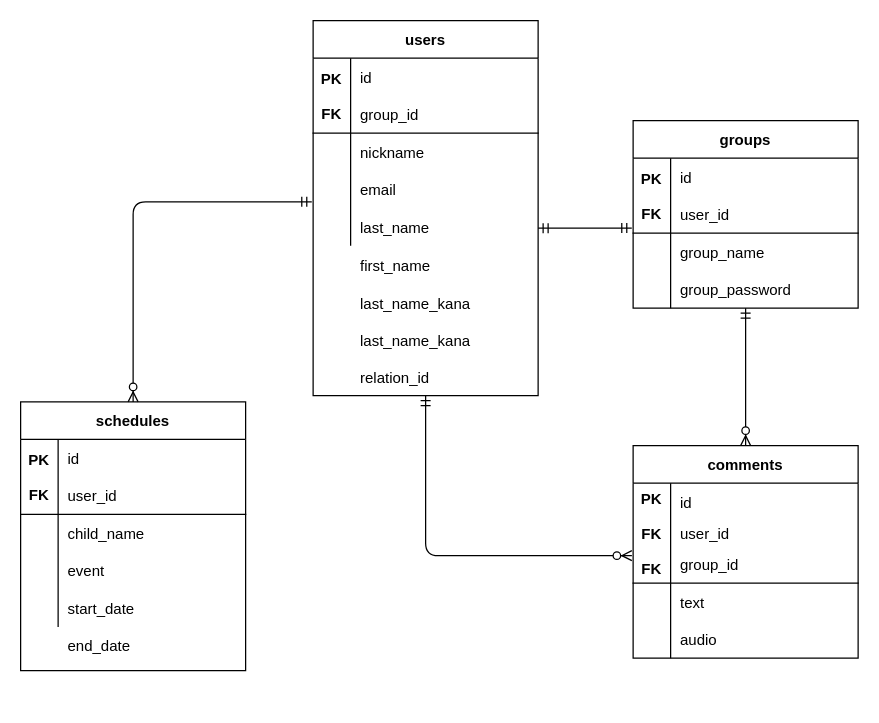
This is ER.dio from yama864/homee, a draw.io file, before an edit. Source tidied: cells renumbered, new cells numbered last; positions are measured from the earlier drawing's top-left corner, leaving out a move shared by most shapes. Both pictures are drawn from the tidied source at 125%, with x=0, y=0 at pixel (20, 20).
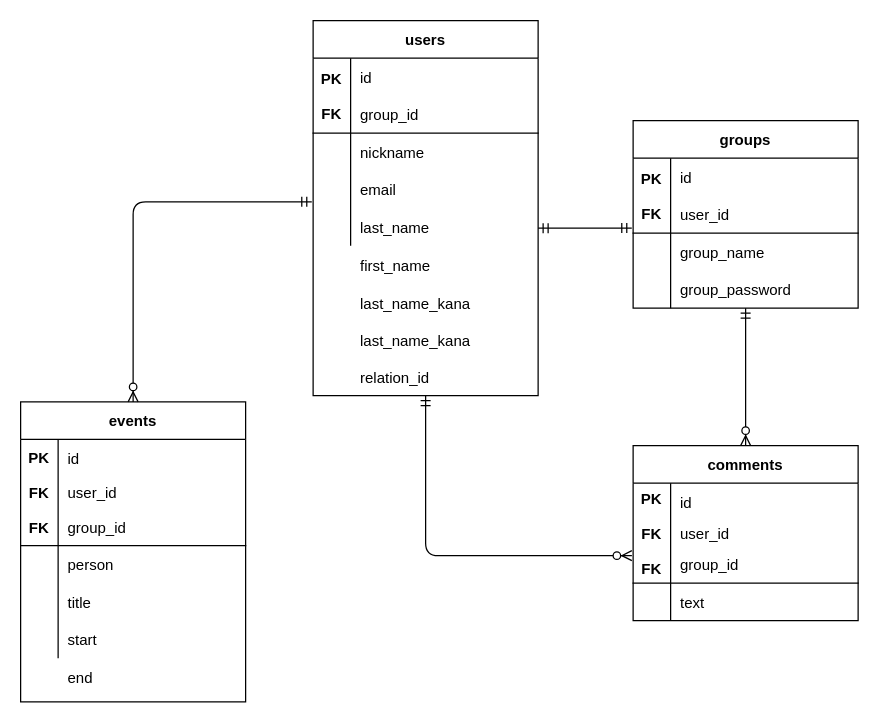
The same diagram, later.

The edit, as a diff of the source:
```diff
@@
     <mxCell id="20" value="comments" style="shape=table;startSize=30;childLayout=tableLayout;rowLines=0;fontStyle=1;align=center;" parent="1" vertex="1">
-      <mxGeometry x="490" y="340" width="180" height="170" as="geometry" />
+      <mxGeometry x="490" y="340" width="180" height="140" as="geometry" />
     </mxCell>
@@
-    <mxCell id="27" style="shape=partialRectangle;fillColor=none;top=0;left=0;bottom=0;right=0;" parent="20" vertex="1">
-      <mxGeometry y="140" width="180" height="30" as="geometry" />
-    </mxCell>
-    <mxCell id="28" style="shape=partialRectangle;fillColor=none;top=0;left=0;bottom=0;right=0;overflow=hidden;" parent="27" vertex="1">
-      <mxGeometry width="30" height="30" as="geometry" />
-    </mxCell>
-    <mxCell id="29" value="audio" style="shape=partialRectangle;fillColor=none;top=0;left=0;bottom=0;right=0;align=left;spacingLeft=6;overflow=hidden;" parent="27" vertex="1">
-      <mxGeometry x="30" width="150" height="30" as="geometry" />
-    </mxCell>
@@
-    <mxCell id="32" value="schedules" style="shape=table;startSize=30;childLayout=tableLayout;rowLines=0;fontStyle=1;align=center;" parent="1" vertex="1">
-      <mxGeometry y="305" width="180" height="215" as="geometry" />
+    <mxCell id="32" value="events" style="shape=table;startSize=30;childLayout=tableLayout;rowLines=0;fontStyle=1;align=center;" parent="1" vertex="1">
+      <mxGeometry y="305" width="180" height="240" as="geometry" />
     </mxCell>
     <mxCell id="33" style="shape=partialRectangle;fillColor=none;top=0;left=0;bottom=1;right=0;" parent="32" vertex="1">
-      <mxGeometry y="30" width="180" height="60" as="geometry" />
+      <mxGeometry y="30" width="180" height="85" as="geometry" />
     </mxCell>
-    <mxCell id="34" value="PK&#10;&#10;FK" style="shape=partialRectangle;fillColor=none;top=0;left=0;bottom=0;right=0;fontStyle=1;overflow=hidden;" parent="33" vertex="1">
-      <mxGeometry width="30" height="60" as="geometry" />
+    <mxCell id="34" value="PK&#10;&#10;FK&#10;&#10;FK" style="shape=partialRectangle;fillColor=none;top=0;left=0;bottom=0;right=0;fontStyle=1;overflow=hidden;" parent="33" vertex="1">
+      <mxGeometry width="30" height="85" as="geometry" />
     </mxCell>
     <mxCell id="35" style="shape=partialRectangle;fillColor=none;top=0;left=0;bottom=0;right=0;align=left;spacingLeft=6;fontStyle=5;overflow=hidden;" parent="33" vertex="1">
-      <mxGeometry x="30" width="150" height="60" as="geometry" />
+      <mxGeometry x="30" width="150" height="85" as="geometry" />
     </mxCell>
     <mxCell id="36" style="shape=partialRectangle;fillColor=none;top=0;left=0;bottom=0;right=0;" parent="32" vertex="1">
-      <mxGeometry y="90" width="180" height="30" as="geometry" />
+      <mxGeometry y="115" width="180" height="30" as="geometry" />
     </mxCell>
@@
-    <mxCell id="38" value="child_name" style="shape=partialRectangle;fillColor=none;top=0;left=0;bottom=0;right=0;align=left;spacingLeft=6;overflow=hidden;" parent="36" vertex="1">
+    <mxCell id="38" value="person" style="shape=partialRectangle;fillColor=none;top=0;left=0;bottom=0;right=0;align=left;spacingLeft=6;overflow=hidden;" parent="36" vertex="1">
       <mxGeometry x="30" width="150" height="30" as="geometry" />
     </mxCell>
     <mxCell id="39" style="shape=partialRectangle;fillColor=none;top=0;left=0;bottom=0;right=0;" parent="32" vertex="1">
-      <mxGeometry y="120" width="180" height="30" as="geometry" />
+      <mxGeometry y="145" width="180" height="30" as="geometry" />
     </mxCell>
@@
-    <mxCell id="41" value="event" style="shape=partialRectangle;fillColor=none;top=0;left=0;bottom=0;right=0;align=left;spacingLeft=6;overflow=hidden;" parent="39" vertex="1">
+    <mxCell id="41" value="title" style="shape=partialRectangle;fillColor=none;top=0;left=0;bottom=0;right=0;align=left;spacingLeft=6;overflow=hidden;" parent="39" vertex="1">
       <mxGeometry x="30" width="150" height="30" as="geometry" />
     </mxCell>
     <mxCell id="42" style="shape=partialRectangle;fillColor=none;top=0;left=0;bottom=0;right=0;" parent="32" vertex="1">
-      <mxGeometry y="150" width="180" height="30" as="geometry" />
+      <mxGeometry y="175" width="180" height="30" as="geometry" />
     </mxCell>
@@
-    <mxCell id="44" value="start_date" style="shape=partialRectangle;fillColor=none;top=0;left=0;bottom=0;right=0;align=left;spacingLeft=6;overflow=hidden;" parent="42" vertex="1">
+    <mxCell id="44" value="start" style="shape=partialRectangle;fillColor=none;top=0;left=0;bottom=0;right=0;align=left;spacingLeft=6;overflow=hidden;" parent="42" vertex="1">
       <mxGeometry x="30" width="150" height="30" as="geometry" />
     </mxCell>
@@
     <mxCell id="46" value="user_id" style="shape=partialRectangle;fillColor=none;top=0;left=0;bottom=0;right=0;align=left;spacingLeft=6;overflow=hidden;" parent="1" vertex="1">
-      <mxGeometry x="30" y="365" width="150" height="30" as="geometry" />
+      <mxGeometry x="30" y="362" width="150" height="30" as="geometry" />
     </mxCell>
@@
-    <mxCell id="48" value="end_date" style="shape=partialRectangle;fillColor=none;top=0;left=0;bottom=0;right=0;align=left;spacingLeft=6;overflow=hidden;" parent="1" vertex="1">
-      <mxGeometry x="30" y="485" width="150" height="30" as="geometry" />
+    <mxCell id="48" value="end" style="shape=partialRectangle;fillColor=none;top=0;left=0;bottom=0;right=0;align=left;spacingLeft=6;overflow=hidden;" parent="1" vertex="1">
+      <mxGeometry x="30" y="510" width="150" height="30" as="geometry" />
     </mxCell>
@@
+    <mxCell id="66" value="group_id" style="shape=partialRectangle;fillColor=none;top=0;left=0;bottom=0;right=0;align=left;spacingLeft=6;overflow=hidden;" parent="1" vertex="1">
+      <mxGeometry x="30" y="390" width="150" height="30" as="geometry" />
+    </mxCell>
```
